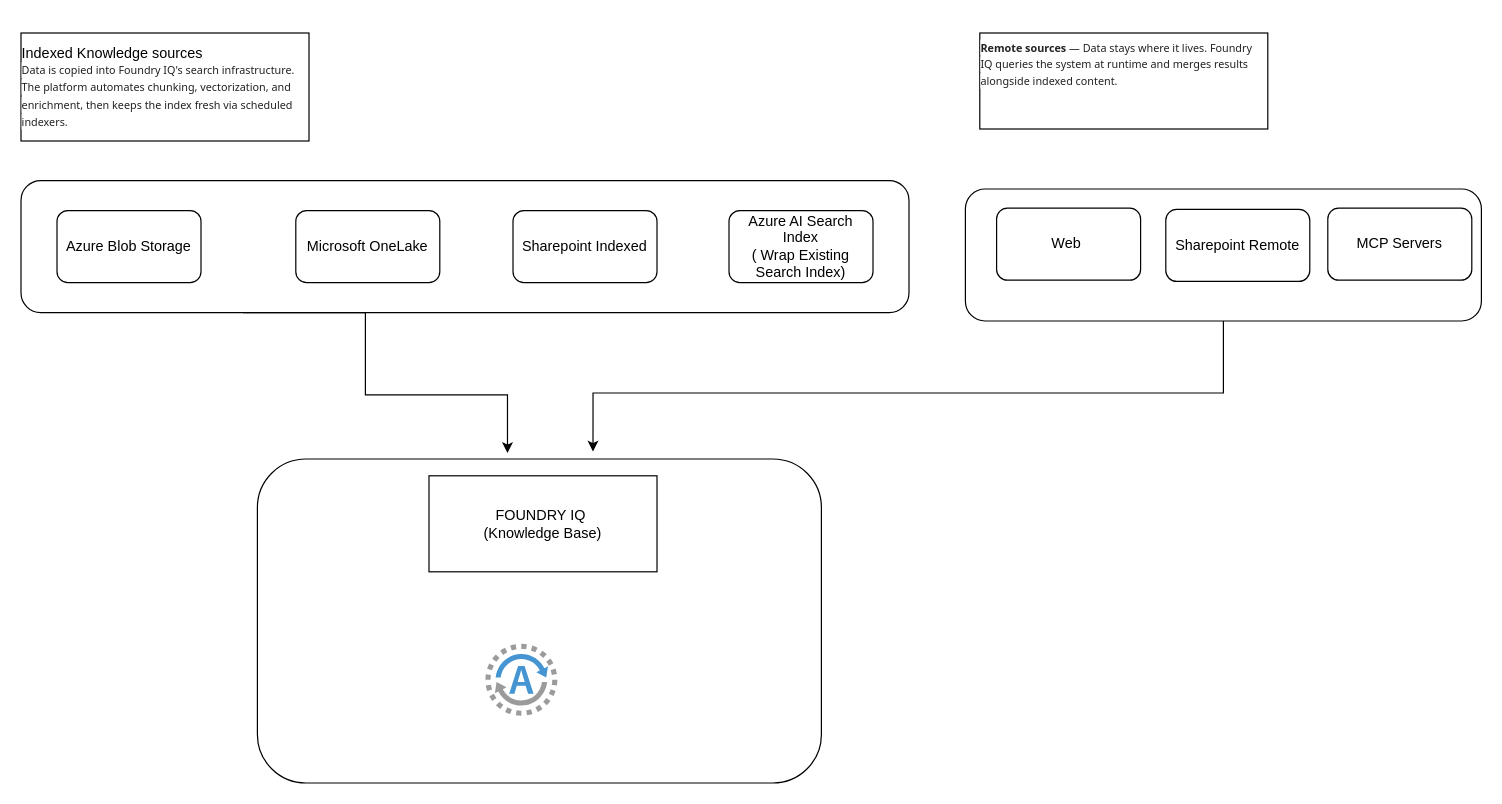
Above: page "Foundry Agent + SharePoint Architecture" (1 of 2) of Knowldege_Source_BaseFoundryIQ.drawio in ashokdcosta/diagrams (draw.io), before the change. Source tidied: cells renumbered, new cells numbered last; positions are measured from the earlier drawing's top-left corner, leaving out a move shared by most shapes. Both pictures are drawn from the tidied source at 120%, with x=0, y=0 at pixel (20, 32).
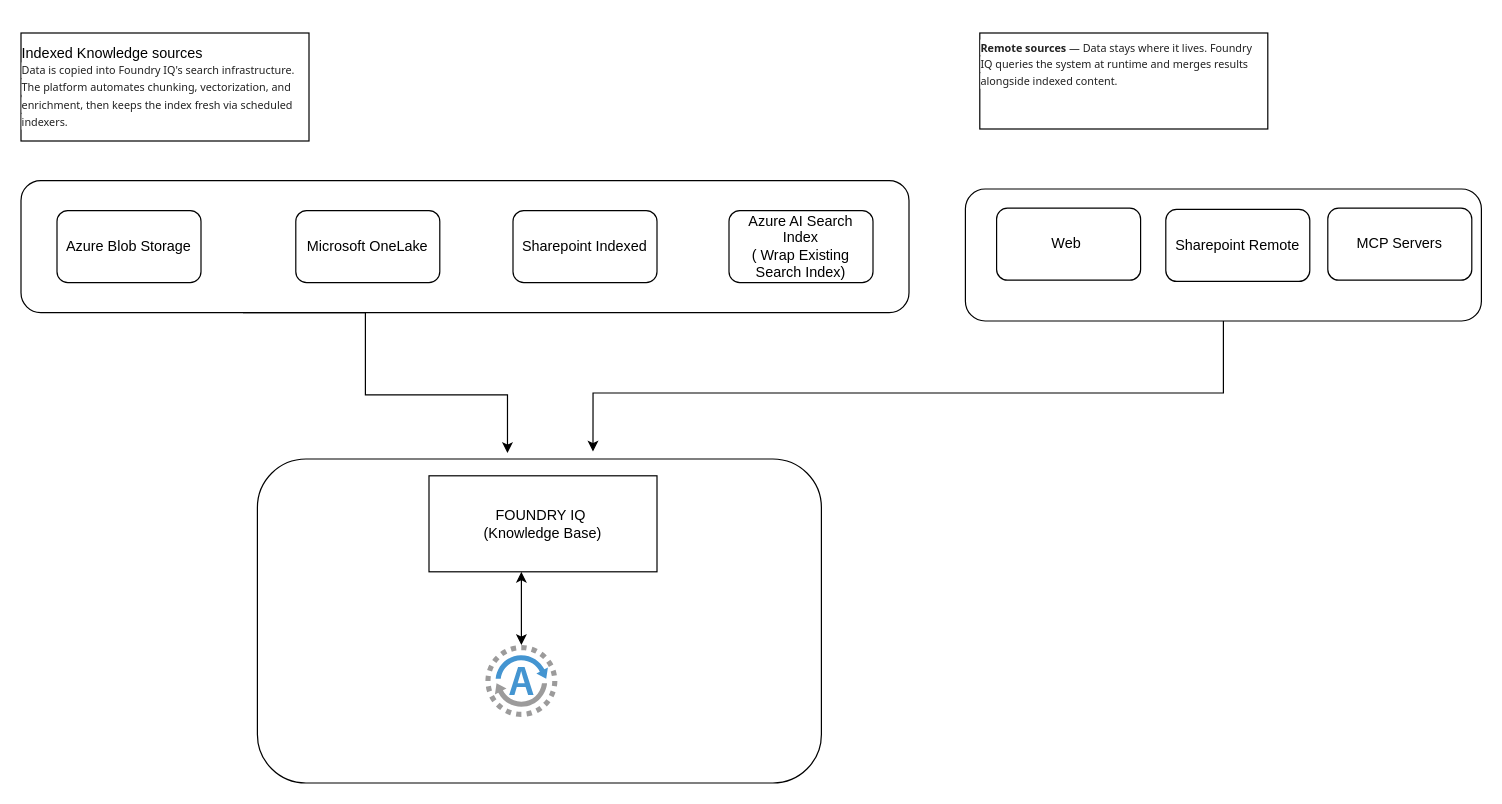
After the change.

Unchanged cells that the change refers to:
```xml
<mxCell id="8" value="FOUNDRY IQ&amp;nbsp;&lt;div&gt;(Knowledge Base)&lt;/div&gt;" style="rounded=0;whiteSpace=wrap;html=1;" parent="1" vertex="1">
  <mxGeometry x="340" y="369" width="190" height="80" as="geometry" />
</mxCell>
```

The edit, as a diff of the source:
```diff
@@
+    <mxCell id="18" style="edgeStyle=orthogonalEdgeStyle;rounded=0;jettySize=auto;html=1;startArrow=classic;startFill=1;" parent="1" edge="1" source="17" target="8">
+      <mxGeometry relative="1" as="geometry">
+        <Array as="points">
+          <mxPoint x="417" y="460" />
+          <mxPoint x="417" y="460" />
+        </Array>
+      </mxGeometry>
+    </mxCell>
     <mxCell id="17" style="shadow=0;dashed=0;html=1;strokeColor=none;fillColor=#4495D1;labelPosition=center;verticalLabelPosition=bottom;verticalAlign=top;align=center;outlineConnect=0;shape=mxgraph.veeam.2d.agent;" parent="1" vertex="1">
-      <mxGeometry x="387" y="509" width="60" height="60" as="geometry" />
+      <mxGeometry x="387" y="510" width="60" height="60" as="geometry" />
     </mxCell>
```
